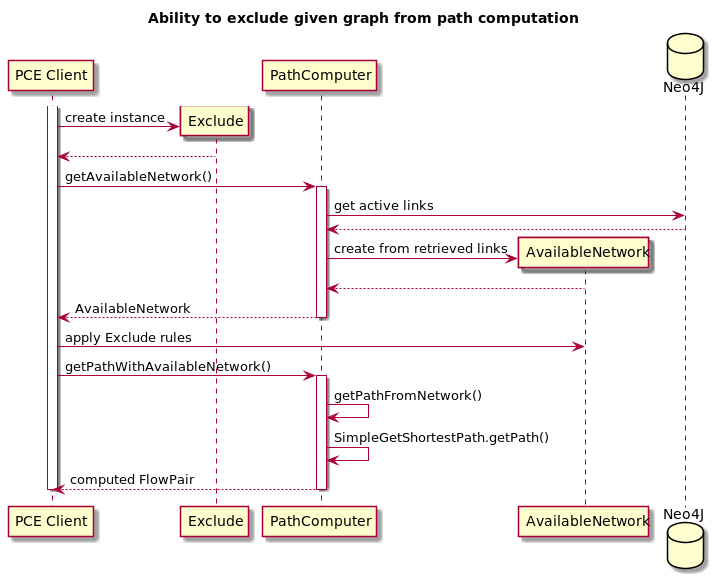
telstra/open-kilda keeps this PlantUML diagram as docs/design/solutions/pce-exclude-subgraph/pce-exlude-subgraph.png. Above is the earlier version. Its diagram source:
```plantuml
@startuml
title Ability to exclude given graph from path computation

participant "PCE Client" as Client
participant Exclude
participant "PathComputer" as Computer
participant "AvailableNetwork" as Network
database "Neo4J" as DB

activate Client
create Exclude
Client -> Exclude: create instance
Exclude --> Client

Client -> Computer: getAvailableNetwork()
activate Computer
Computer -> DB: get active links
DB --> Computer
create Network
Computer -> Network: create from retrieved links
Network --> Computer
Computer --> Client: AvailableNetwork
deactivate Computer

Client -> Network: apply Exclude rules

Client -> Computer: getPathWithAvailableNetwork()
activate Computer
Computer -> Computer: getPathFromNetwork()
Computer -> Computer: SimpleGetShortestPath.getPath()
Computer --> Client: computed FlowPair
deactivate Computer

deactivate Client
@enduml
```
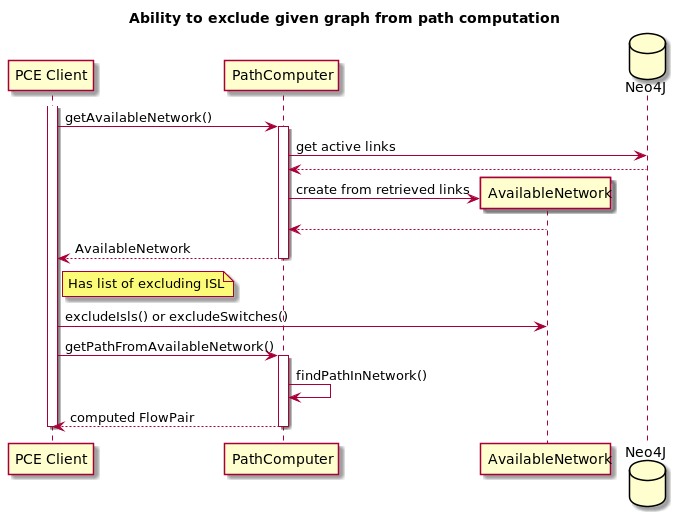
Later version of the same file.

Commit message:
PCE exclude subgraph implementation

What changed in the source:
```diff
@@ -2,15 +2,11 @@
 title Ability to exclude given graph from path computation
 
 participant "PCE Client" as Client
-participant Exclude
 participant "PathComputer" as Computer
 participant "AvailableNetwork" as Network
 database "Neo4J" as DB
 
 activate Client
-create Exclude
-Client -> Exclude: create instance
-Exclude --> Client
 
 Client -> Computer: getAvailableNetwork()
 activate Computer
@@ -22,12 +18,12 @@
 Computer --> Client: AvailableNetwork
 deactivate Computer
 
-Client -> Network: apply Exclude rules
+note right of Client: Has list of excluding ISL
+Client -> Network: excludeIsls() or excludeSwitches()
 
-Client -> Computer: getPathWithAvailableNetwork()
+Client -> Computer: getPathFromAvailableNetwork()
 activate Computer
-Computer -> Computer: getPathFromNetwork()
-Computer -> Computer: SimpleGetShortestPath.getPath()
+Computer -> Computer: findPathInNetwork()
 Computer --> Client: computed FlowPair
 deactivate Computer
 
```
